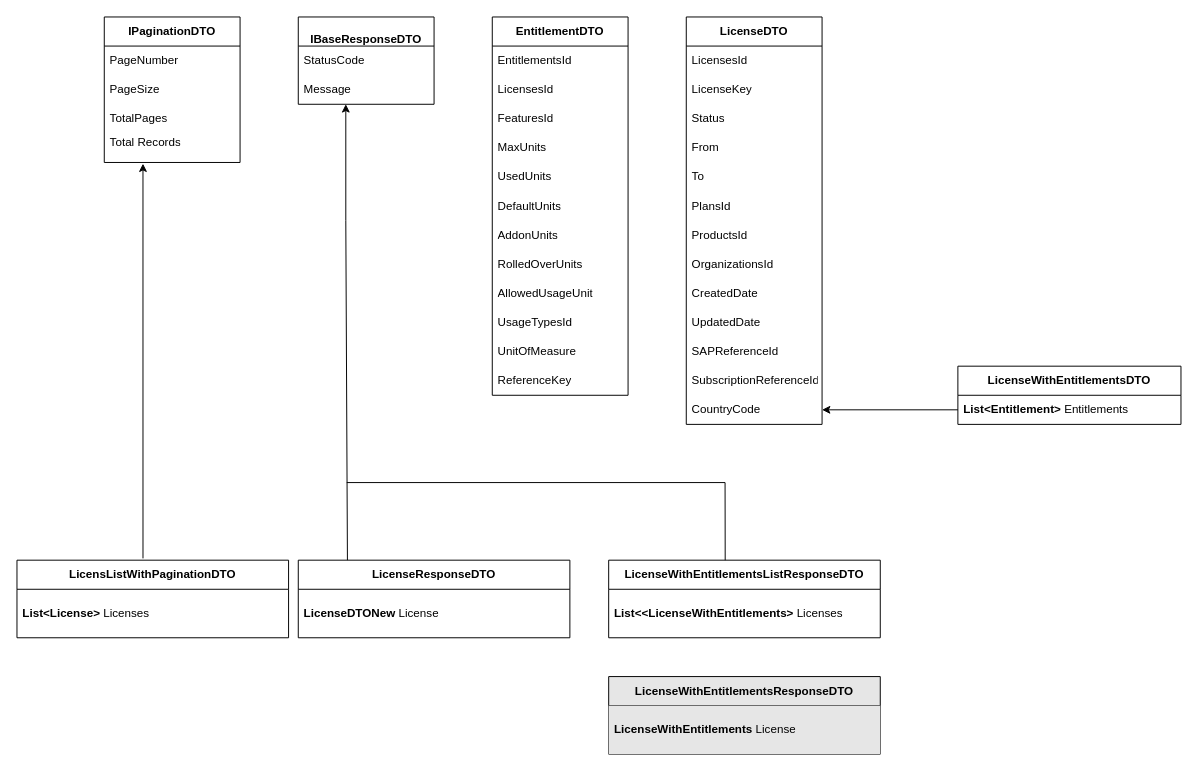
Above: LMS_Models.drawio in ankitverma5859/drawio (draw.io), before the change. Source tidied: cells renumbered, new cells numbered last; positions are measured from the earlier drawing's top-left corner, leaving out a move shared by most shapes. Both pictures are drawn from the tidied source at 97%, with x=0, y=0 at pixel (16, 16).
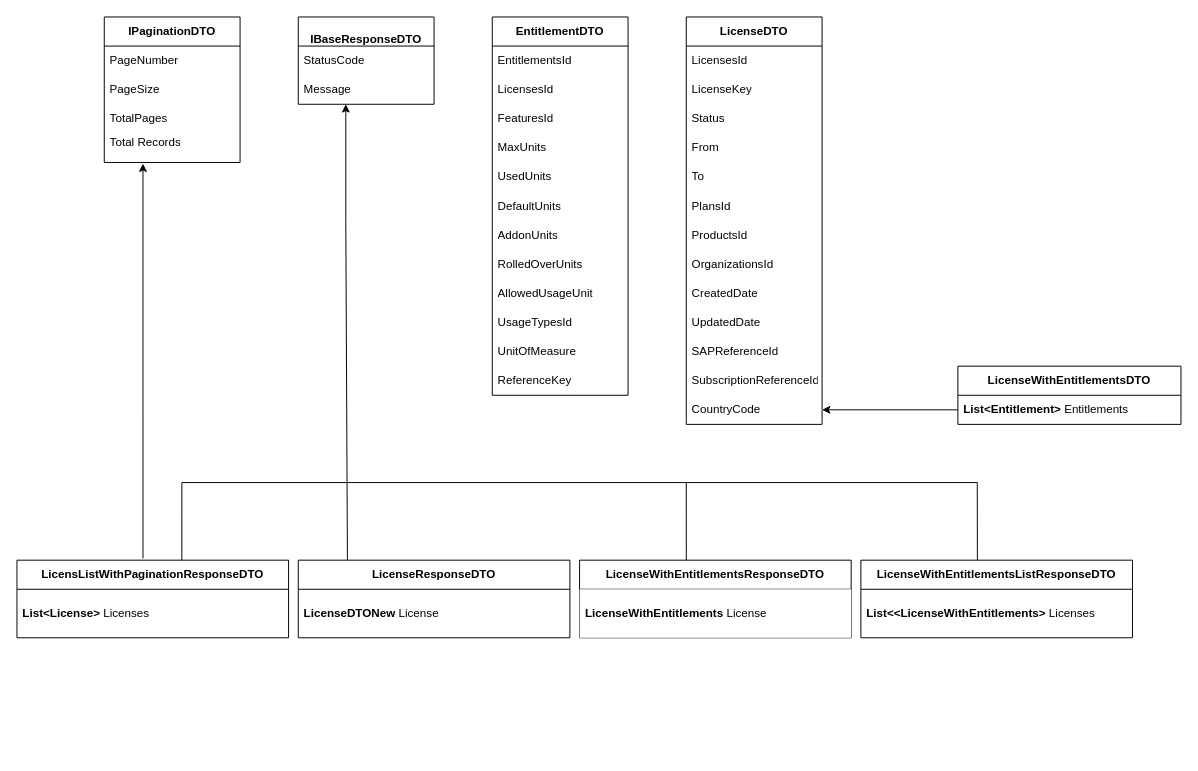
Above is the later version.

What changed in the source:
```diff
@@
-    <mxCell id="42" value="&lt;b&gt;LicenseWithEntitlementsResponseDTO&lt;/b&gt;" style="swimlane;fontStyle=0;horizontal=1;startSize=30;whiteSpace=wrap;html=1;fillColor=#E6E6E6;" parent="1" vertex="1">
-      <mxGeometry x="610" y="680" width="280" height="80" as="geometry" />
+    <mxCell id="42" value="&lt;b&gt;LicenseWithEntitlementsResponseDTO&lt;/b&gt;" style="swimlane;fontStyle=0;horizontal=1;startSize=30;whiteSpace=wrap;html=1;fillColor=#FFFFFF;" parent="1" vertex="1">
+      <mxGeometry x="580" y="560" width="280" height="80" as="geometry" />
     </mxCell>
-    <mxCell id="43" value="&lt;b&gt;LicenseWithEntitlements&lt;/b&gt;&amp;nbsp;License" style="text;strokeColor=none;fillColor=#E6E6E6;align=left;verticalAlign=middle;spacingLeft=4;spacingRight=4;overflow=hidden;whiteSpace=wrap;html=1;" parent="42" vertex="1">
+    <mxCell id="43" value="&lt;b&gt;LicenseWithEntitlements&lt;/b&gt;&amp;nbsp;License" style="text;strokeColor=none;fillColor=#FFFFFF;align=left;verticalAlign=middle;spacingLeft=4;spacingRight=4;overflow=hidden;whiteSpace=wrap;html=1;" parent="42" vertex="1">
       <mxGeometry y="30" width="280" height="50" as="geometry" />
     </mxCell>
     <mxCell id="44" value="&lt;b&gt;LicenseWithEntitlementsList&lt;/b&gt;&lt;b style=&quot;background-color: initial;&quot;&gt;ResponseDTO&lt;/b&gt;" style="swimlane;fontStyle=0;horizontal=1;startSize=30;whiteSpace=wrap;html=1;" parent="1" vertex="1">
-      <mxGeometry x="610" y="560" width="280" height="80" as="geometry" />
+      <mxGeometry x="870" y="560" width="280" height="80" as="geometry" />
     </mxCell>
@@
-    <mxCell id="46" value="&lt;b&gt;LicensListWithPaginationDTO&lt;/b&gt;" style="swimlane;fontStyle=0;horizontal=1;startSize=30;whiteSpace=wrap;html=1;" parent="1" vertex="1">
+    <mxCell id="46" value="&lt;b&gt;LicensListWithPaginationResponseDTO&lt;/b&gt;" style="swimlane;fontStyle=0;horizontal=1;startSize=30;whiteSpace=wrap;html=1;" parent="1" vertex="1">
       <mxGeometry y="560" width="280" height="80" as="geometry" />
     </mxCell>
@@
     <mxCell id="50" style="endArrow=none;html=1;rounded=0;entryX=0.429;entryY=0;entryDx=0;entryDy=0;entryPerimeter=0;" parent="1" edge="1" target="44">
       <mxGeometry relative="1" as="geometry">
         <mxPoint x="340" y="480" as="sourcePoint" />
         <Array as="points">
-          <mxPoint x="730" y="480" />
+          <mxPoint x="990" y="480" />
         </Array>
       </mxGeometry>
     </mxCell>
+    <mxCell id="51" style="endArrow=none;html=1;rounded=0;exitX=0.393;exitY=0;exitDx=0;exitDy=0;exitPerimeter=0;" parent="1" edge="1" source="42">
+      <mxGeometry relative="1" as="geometry">
+        <mxPoint x="690" y="480" as="targetPoint" />
+      </mxGeometry>
+    </mxCell>
+    <mxCell id="52" style="endArrow=none;html=1;rounded=0;exitX=0.607;exitY=0;exitDx=0;exitDy=0;exitPerimeter=0;" parent="1" edge="1" source="46">
+      <mxGeometry relative="1" as="geometry">
+        <mxPoint x="340" y="480" as="targetPoint" />
+        <Array as="points">
+          <mxPoint x="170" y="480" />
+        </Array>
+      </mxGeometry>
+    </mxCell>
```
